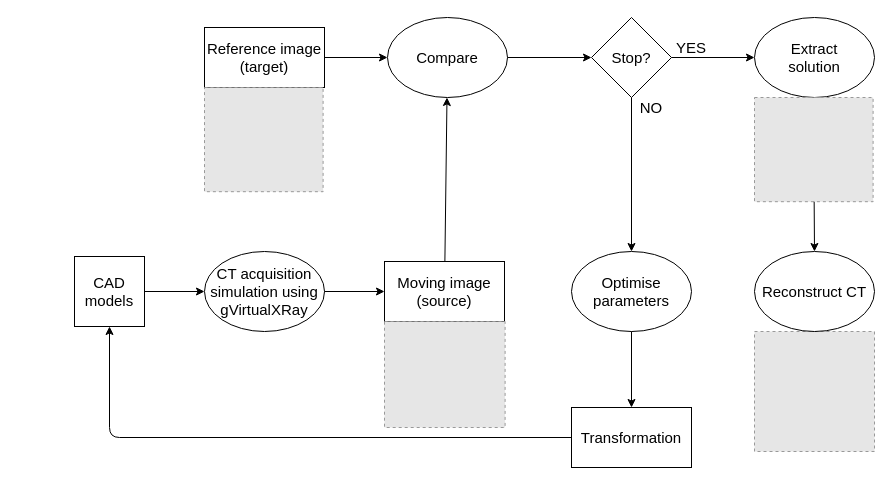
Above: doc/registration.drawio in effepivi/CT2CAD-Fibres (draw.io), before the change. Source tidied: cells renumbered, new cells numbered last; positions are measured from the earlier drawing's top-left corner, leaving out a move shared by most shapes. Both pictures are drawn from the tidied source at 100%, with x=0, y=0 at pixel (74, 17). Pictures stored in the file or linked from it are replaced by grey dashed boxes.
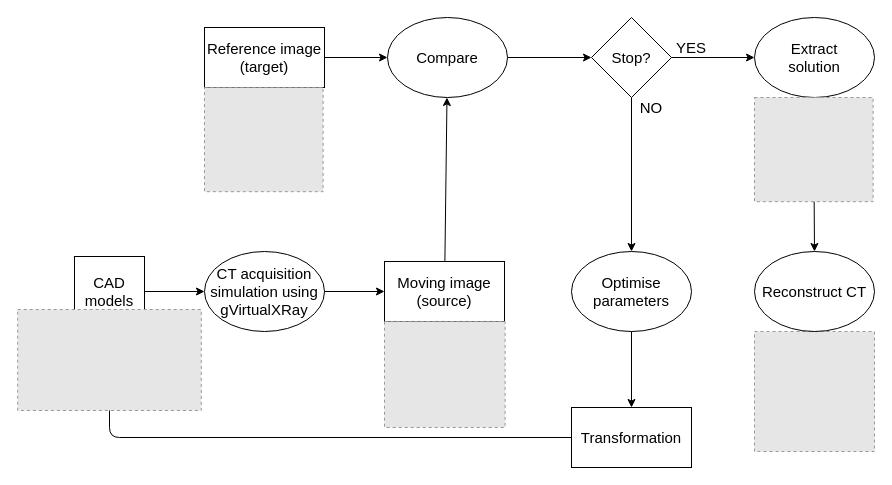
The same page after the edit.

The change refers to these unchanged cells:
```xml
<mxCell id="4" value="Transformation" style="rounded=0;whiteSpace=wrap;html=1;fontSize=15;" parent="1" vertex="1">
  <mxGeometry x="497" y="390" width="120" height="60" as="geometry" />
</mxCell>
<mxCell id="23" value="CAD models" style="whiteSpace=wrap;html=1;fontSize=15;" parent="1" vertex="1">
  <mxGeometry y="239" width="70" height="70" as="geometry" />
</mxCell>
```

Diff of the diagram source:
```diff
@@
-    <mxCell id="27" style="endArrow=classic;html=1;fontSize=15;" parent="1" edge="1" source="4" target="23">
+    <mxCell id="27" style="endArrow=classic;html=1;fontSize=15;" parent="1" edge="1" source="4">
       <mxGeometry relative="1" as="geometry">
+        <mxPoint x="35" y="380" as="targetPoint" />
         <Array as="points">
           <mxPoint x="35" y="420" />
         </Array>
       </mxGeometry>
     </mxCell>
+    <mxCell id="28" style="fillColor=#E6E6E6;strokeColor=#999999;dashed=1;verticalLabelPosition=bottom;labelBackgroundColor=#ffffff;verticalAlign=top;" parent="1" vertex="1">
+      <mxGeometry x="-56.8" y="292" width="183.6" height="101" as="geometry" />
+    </mxCell>
```
